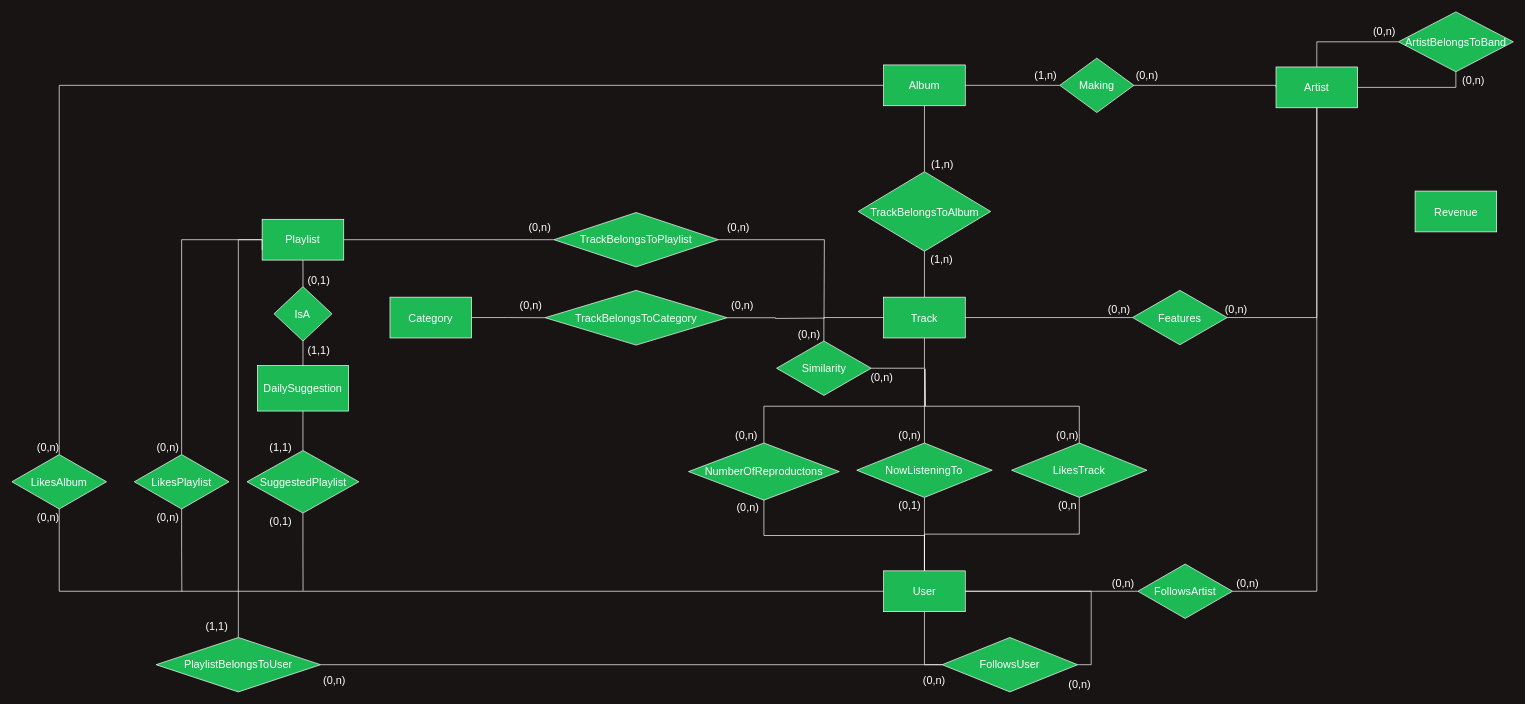
Before: Documentazione/Restructured.drawio in gabrycina/spotify-clone, a draw.io diagram. Source tidied: cells renumbered, new cells numbered last; positions are measured from the earlier drawing's top-left corner, leaving out a move shared by most shapes. Both pictures are drawn from the tidied source at 68%, with x=0, y=0 at pixel (12, 12).
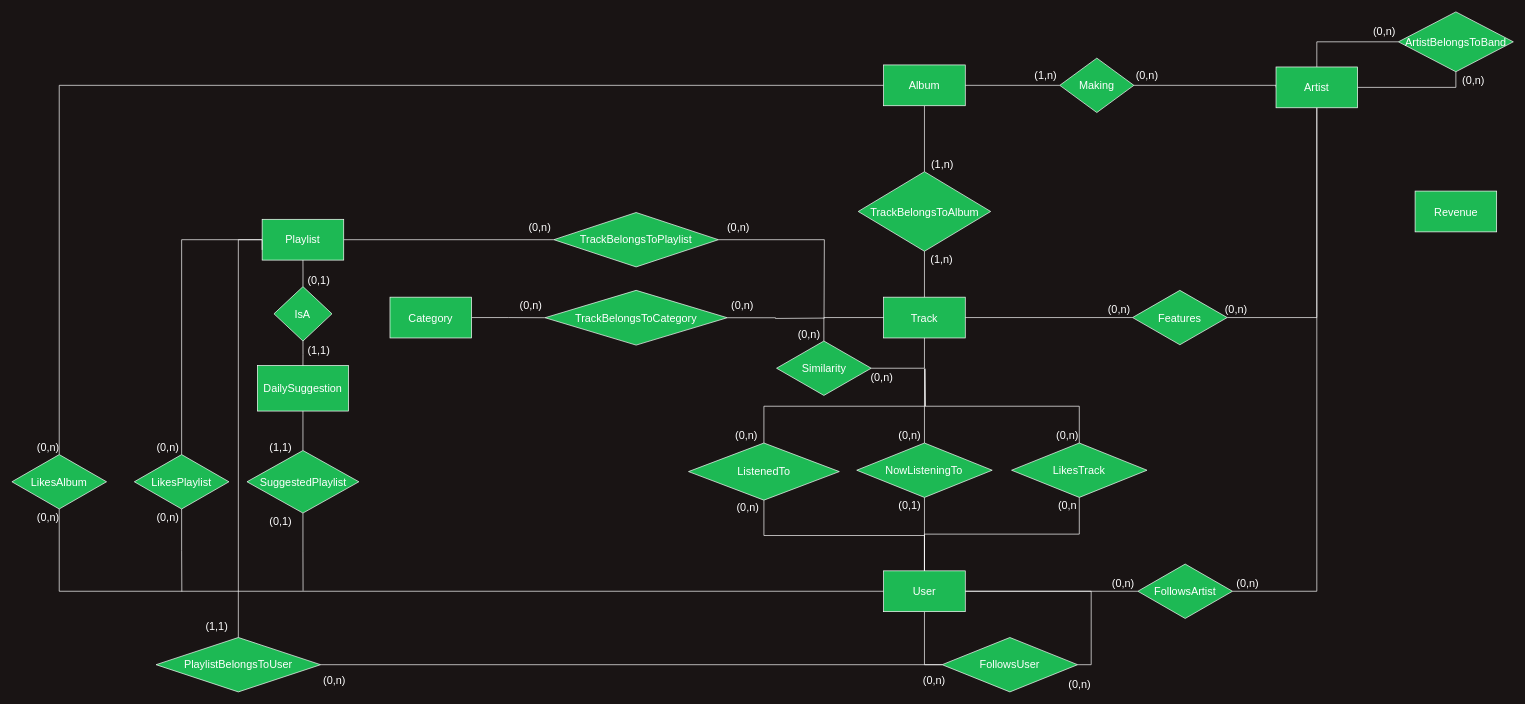
After the change.

Diff of the diagram source:
```diff
@@
-    <mxCell id="70" value="NumberOfReproductons" style="rhombus;whiteSpace=wrap;html=1;shadow=0;fontSize=16;fontColor=#FFFFFF;strokeColor=#FFFFFF;fillColor=#1DB954;gradientColor=none;" parent="1" vertex="1">
+    <mxCell id="70" value="ListenedTo" style="rhombus;whiteSpace=wrap;html=1;shadow=0;fontSize=16;fontColor=#FFFFFF;strokeColor=#FFFFFF;fillColor=#1DB954;gradientColor=none;" parent="1" vertex="1">
       <mxGeometry x="995" y="634" width="221.8" height="84" as="geometry" />
     </mxCell>
```
